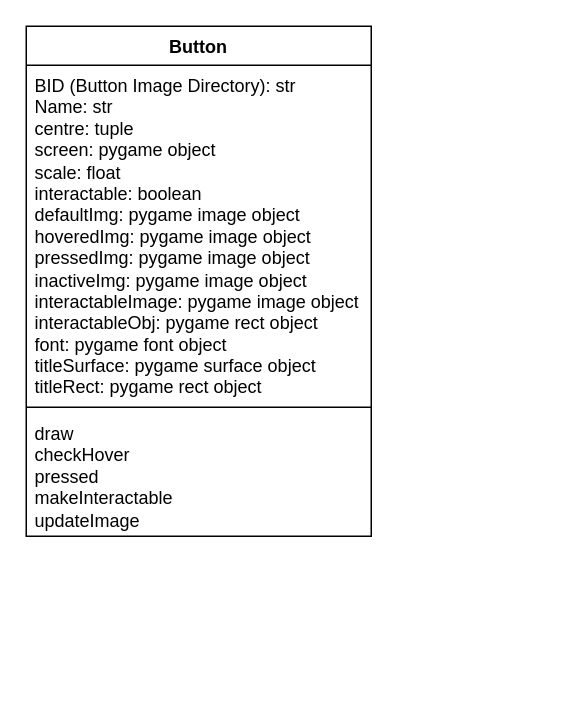
Earlier version of the draw.io diagram flowCharts/buttonClassDiagram.drawio (CDonners/None-Exam-Assessment-2026-AQA). Source tidied: cells renumbered, new cells numbered last; positions are measured from the earlier drawing's top-left corner, leaving out a move shared by most shapes. Both pictures are drawn from the tidied source at 150%, with x=0, y=0 at pixel (26, 26).
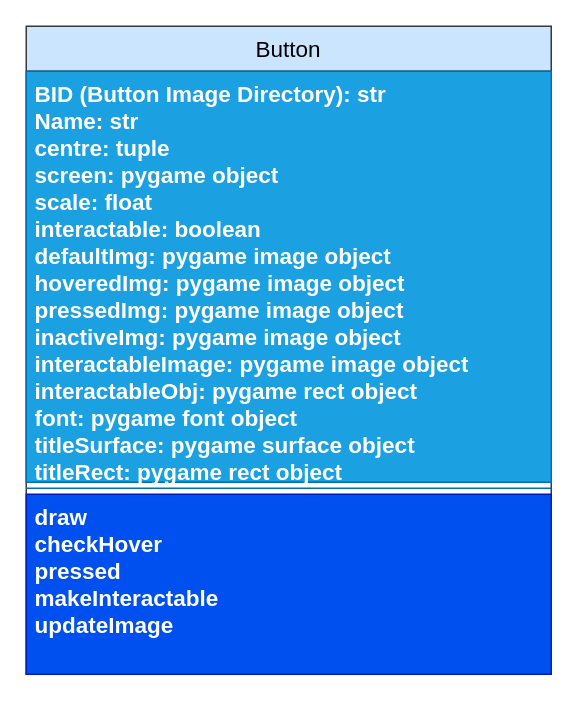
The same page after the edit.

Change to the diagram source:
```diff
@@
 <mxGraphModel>
   <root>
     <mxCell id="0" />
     <mxCell id="1" parent="0" />
-    <mxCell id="2" value="Button" style="swimlane;fontStyle=1;align=center;verticalAlign=top;horizontal=1;startSize=26;whiteSpace=wrap;html=1;" parent="1" vertex="1">
-      <mxGeometry width="230" height="340" as="geometry" />
+    <mxCell id="2" value="&lt;span style=&quot;font-weight: normal;&quot;&gt;&lt;font style=&quot;font-size: 15px;&quot;&gt;Button&lt;/font&gt;&lt;/span&gt;" style="swimlane;fontStyle=1;align=center;verticalAlign=top;horizontal=1;startSize=30;whiteSpace=wrap;html=1;fillColor=#cce5ff;strokeColor=#36393d;" parent="1" vertex="1">
+      <mxGeometry width="350" height="432" as="geometry" />
     </mxCell>
-    <mxCell id="3" value="BID (Button Image Directory): str&lt;div&gt;Name: str&lt;br&gt;&lt;div&gt;centre: tuple&lt;/div&gt;&lt;/div&gt;&lt;div&gt;screen: pygame object&lt;/div&gt;&lt;div&gt;scale: float&lt;/div&gt;&lt;div&gt;interactable: boolean&lt;/div&gt;&lt;div&gt;defaultImg: pygame image object&lt;/div&gt;&lt;div&gt;hoveredImg&lt;span style=&quot;background-color: transparent; color: light-dark(rgb(0, 0, 0), rgb(255, 255, 255));&quot;&gt;: pygame image object&lt;/span&gt;&lt;/div&gt;&lt;div&gt;&lt;span style=&quot;background-color: transparent; color: light-dark(rgb(0, 0, 0), rgb(255, 255, 255));&quot;&gt;pressedImg&lt;/span&gt;&lt;span style=&quot;background-color: transparent; color: light-dark(rgb(0, 0, 0), rgb(255, 255, 255));&quot;&gt;: pygame image object&lt;/span&gt;&lt;/div&gt;&lt;div&gt;&lt;span style=&quot;background-color: transparent; color: light-dark(rgb(0, 0, 0), rgb(255, 255, 255));&quot;&gt;inactiveImg&lt;/span&gt;&lt;span style=&quot;background-color: transparent; color: light-dark(rgb(0, 0, 0), rgb(255, 255, 255));&quot;&gt;: pygame image object&lt;/span&gt;&lt;/div&gt;&lt;div&gt;&lt;span style=&quot;background-color: transparent; color: light-dark(rgb(0, 0, 0), rgb(255, 255, 255));&quot;&gt;interactableImage&lt;/span&gt;&lt;span style=&quot;background-color: transparent; color: light-dark(rgb(0, 0, 0), rgb(255, 255, 255));&quot;&gt;: pygame image object&lt;/span&gt;&lt;/div&gt;&lt;div&gt;&lt;span style=&quot;background-color: transparent; color: light-dark(rgb(0, 0, 0), rgb(255, 255, 255));&quot;&gt;interactableObj: pygame rect object&lt;/span&gt;&lt;/div&gt;&lt;div&gt;&lt;span style=&quot;background-color: transparent; color: light-dark(rgb(0, 0, 0), rgb(255, 255, 255));&quot;&gt;font: pygame font object&lt;/span&gt;&lt;/div&gt;&lt;div&gt;&lt;span style=&quot;background-color: transparent; color: light-dark(rgb(0, 0, 0), rgb(255, 255, 255));&quot;&gt;titleSurface: pygame surface object&lt;/span&gt;&lt;/div&gt;&lt;div&gt;&lt;span style=&quot;background-color: transparent; color: light-dark(rgb(0, 0, 0), rgb(255, 255, 255));&quot;&gt;titleRect: pygame rect object&lt;/span&gt;&lt;/div&gt;" style="text;strokeColor=none;fillColor=none;align=left;verticalAlign=top;spacingLeft=4;spacingRight=4;overflow=hidden;whiteSpace=wrap;html=1;" parent="2" vertex="1">
-      <mxGeometry y="26" width="230" height="224" as="geometry" />
+    <mxCell id="3" value="&lt;font style=&quot;font-size: 15px;&quot;&gt;&lt;b&gt;BID (Button Image Directory): str&lt;/b&gt;&lt;/font&gt;&lt;div&gt;&lt;font style=&quot;font-size: 15px;&quot;&gt;&lt;b&gt;Name: str&lt;br&gt;&lt;/b&gt;&lt;/font&gt;&lt;div&gt;&lt;font style=&quot;font-size: 15px;&quot;&gt;&lt;b&gt;centre: tuple&lt;/b&gt;&lt;/font&gt;&lt;/div&gt;&lt;/div&gt;&lt;div&gt;&lt;font style=&quot;font-size: 15px;&quot;&gt;&lt;b&gt;screen: pygame object&lt;/b&gt;&lt;/font&gt;&lt;/div&gt;&lt;div&gt;&lt;font style=&quot;font-size: 15px;&quot;&gt;&lt;b&gt;scale: float&lt;/b&gt;&lt;/font&gt;&lt;/div&gt;&lt;div&gt;&lt;font style=&quot;font-size: 15px;&quot;&gt;&lt;b&gt;interactable: boolean&lt;/b&gt;&lt;/font&gt;&lt;/div&gt;&lt;div&gt;&lt;font style=&quot;font-size: 15px;&quot;&gt;&lt;b&gt;defaultImg: pygame image object&lt;/b&gt;&lt;/font&gt;&lt;/div&gt;&lt;div&gt;&lt;font style=&quot;font-size: 15px;&quot;&gt;&lt;b&gt;hoveredImg&lt;span style=&quot;background-color: transparent;&quot;&gt;: pygame image object&lt;/span&gt;&lt;/b&gt;&lt;/font&gt;&lt;/div&gt;&lt;div&gt;&lt;font style=&quot;font-size: 15px;&quot;&gt;&lt;b&gt;&lt;span style=&quot;background-color: transparent;&quot;&gt;pressedImg&lt;/span&gt;&lt;span style=&quot;background-color: transparent;&quot;&gt;: pygame image object&lt;/span&gt;&lt;/b&gt;&lt;/font&gt;&lt;/div&gt;&lt;div&gt;&lt;font style=&quot;font-size: 15px;&quot;&gt;&lt;b&gt;&lt;span style=&quot;background-color: transparent;&quot;&gt;inactiveImg&lt;/span&gt;&lt;span style=&quot;background-color: transparent;&quot;&gt;: pygame image object&lt;/span&gt;&lt;/b&gt;&lt;/font&gt;&lt;/div&gt;&lt;div&gt;&lt;font style=&quot;font-size: 15px;&quot;&gt;&lt;b&gt;&lt;span style=&quot;background-color: transparent;&quot;&gt;interactableImage&lt;/span&gt;&lt;span style=&quot;background-color: transparent;&quot;&gt;: pygame image object&lt;/span&gt;&lt;/b&gt;&lt;/font&gt;&lt;/div&gt;&lt;div&gt;&lt;span style=&quot;background-color: transparent;&quot;&gt;&lt;font style=&quot;font-size: 15px;&quot;&gt;&lt;b&gt;interactableObj: pygame rect object&lt;/b&gt;&lt;/font&gt;&lt;/span&gt;&lt;/div&gt;&lt;div&gt;&lt;span style=&quot;background-color: transparent;&quot;&gt;&lt;font style=&quot;font-size: 15px;&quot;&gt;&lt;b&gt;font: pygame font object&lt;/b&gt;&lt;/font&gt;&lt;/span&gt;&lt;/div&gt;&lt;div&gt;&lt;span style=&quot;background-color: transparent;&quot;&gt;&lt;font style=&quot;font-size: 15px;&quot;&gt;&lt;b&gt;titleSurface: pygame surface object&lt;/b&gt;&lt;/font&gt;&lt;/span&gt;&lt;/div&gt;&lt;div&gt;&lt;span style=&quot;background-color: transparent;&quot;&gt;&lt;font style=&quot;font-size: 15px;&quot;&gt;&lt;b&gt;titleRect: pygame rect object&lt;/b&gt;&lt;/font&gt;&lt;/span&gt;&lt;/div&gt;" style="text;align=left;verticalAlign=top;spacingLeft=4;spacingRight=4;overflow=hidden;whiteSpace=wrap;html=1;fillColor=#1ba1e2;strokeColor=#006EAF;fontColor=#ffffff;" parent="2" vertex="1">
+      <mxGeometry y="30" width="350" height="274" as="geometry" />
     </mxCell>
-    <mxCell id="4" style="line;strokeWidth=1;fillColor=none;align=left;verticalAlign=middle;spacingTop=-1;spacingLeft=3;spacingRight=3;labelPosition=right;strokeColor=inherit;" parent="2" vertex="1">
-      <mxGeometry y="250" width="230" height="8" as="geometry" />
+    <mxCell id="4" style="line;strokeWidth=1;align=left;verticalAlign=middle;spacingTop=-1;spacingLeft=3;spacingRight=3;labelPosition=right;fillColor=#1ba1e2;fontColor=#ffffff;strokeColor=#006EAF;" parent="2" vertex="1">
+      <mxGeometry y="304" width="350" height="8" as="geometry" />
     </mxCell>
-    <mxCell id="5" value="draw&lt;div&gt;checkHover&lt;/div&gt;&lt;div&gt;pressed&lt;/div&gt;&lt;div&gt;makeInteractable&lt;/div&gt;&lt;div&gt;updateImage&lt;/div&gt;" style="text;strokeColor=none;fillColor=none;align=left;verticalAlign=top;spacingLeft=4;spacingRight=4;overflow=hidden;whiteSpace=wrap;html=1;" parent="2" vertex="1">
-      <mxGeometry y="258" width="230" height="82" as="geometry" />
+    <mxCell id="5" value="&lt;font style=&quot;font-size: 15px;&quot;&gt;&lt;b&gt;draw&lt;/b&gt;&lt;/font&gt;&lt;div&gt;&lt;font style=&quot;font-size: 15px;&quot;&gt;&lt;b&gt;checkHover&lt;/b&gt;&lt;/font&gt;&lt;/div&gt;&lt;div&gt;&lt;font style=&quot;font-size: 15px;&quot;&gt;&lt;b&gt;pressed&lt;/b&gt;&lt;/font&gt;&lt;/div&gt;&lt;div&gt;&lt;font style=&quot;font-size: 15px;&quot;&gt;&lt;b&gt;makeInteractable&lt;/b&gt;&lt;/font&gt;&lt;/div&gt;&lt;div&gt;&lt;font style=&quot;font-size: 15px;&quot;&gt;&lt;b&gt;updateImage&lt;/b&gt;&lt;/font&gt;&lt;/div&gt;" style="text;strokeColor=#001DBC;fillColor=#0050ef;align=left;verticalAlign=top;spacingLeft=4;spacingRight=4;overflow=hidden;whiteSpace=wrap;html=1;fontColor=#ffffff;" parent="2" vertex="1">
+      <mxGeometry y="312" width="350" height="120" as="geometry" />
     </mxCell>
   </root>
 </mxGraphModel>
```
